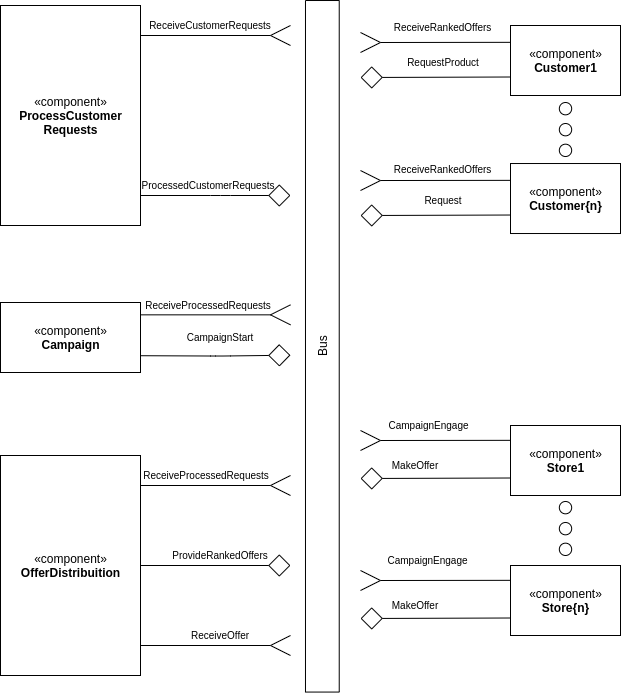
zepenna/equipe1-inf331 keeps this draw.io diagram as images/n2-components/DiagramaNivel1Ofertas.png. Above is the earlier version. Source tidied: cells renumbered, new cells last; positions are measured from the earlier drawing's top-left corner, leaving out a move shared by most shapes.
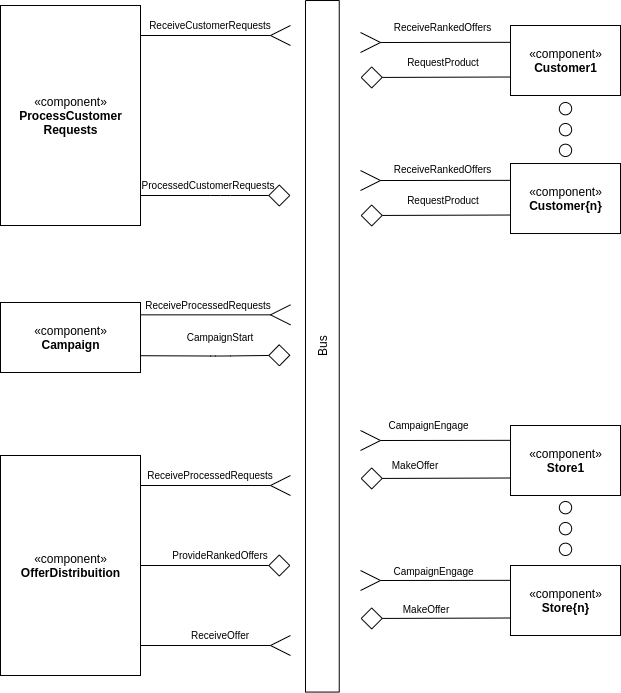
Above is the later version.

Commit message:
corrigindo imagem do diagrama do processo de compra

The edit, as a diff of the source:
```diff
@@ -71,7 +71,7 @@
       </mxGeometry>
     </mxCell>
     <mxCell id="16" value="MakeOffer" style="text;html=1;strokeColor=none;fillColor=none;align=center;verticalAlign=middle;whiteSpace=wrap;rounded=0;fontSize=10;" parent="1" vertex="1">
-      <mxGeometry x="404" y="590" width="70" height="20" as="geometry" />
+      <mxGeometry x="415" y="594" width="70" height="20" as="geometry" />
     </mxCell>
     <mxCell id="17" style="group;" parent="1" vertex="1">
       <mxGeometry x="384" y="565" width="150" height="20" as="geometry" />
@@ -100,77 +100,77 @@
         <mxPoint x="150" y="9.8" as="targetPoint" />
       </mxGeometry>
     </mxCell>
-    <mxCell id="22" value="CampaignEngage" style="text;html=1;strokeColor=none;fillColor=none;align=center;verticalAlign=middle;whiteSpace=wrap;rounded=0;fontSize=10;" parent="17" vertex="1">
-      <mxGeometry x="30" y="-20" width="75" height="20" as="geometry" />
+    <mxCell id="22" value="ReceiveCustomerRequests" style="text;html=1;strokeColor=none;fillColor=none;align=center;verticalAlign=middle;whiteSpace=wrap;rounded=0;fontSize=10;" parent="1" vertex="1">
+      <mxGeometry x="194" y="10" width="80" height="20" as="geometry" />
     </mxCell>
-    <mxCell id="23" value="ReceiveCustomerRequests" style="text;html=1;strokeColor=none;fillColor=none;align=center;verticalAlign=middle;whiteSpace=wrap;rounded=0;fontSize=10;" parent="1" vertex="1">
-      <mxGeometry x="194" y="10" width="80" height="20" as="geometry" />
+    <mxCell id="23" value="«component»&lt;br&gt;&lt;b&gt;Customer1&lt;/b&gt;" style="html=1;" parent="1" vertex="1">
+      <mxGeometry x="534" y="20" width="110" height="70" as="geometry" />
     </mxCell>
-    <mxCell id="24" value="«component»&lt;br&gt;&lt;b&gt;Customer1&lt;/b&gt;" style="html=1;" parent="1" vertex="1">
-      <mxGeometry x="534" y="20" width="110" height="70" as="geometry" />
+    <mxCell id="24" value="ReceiveRankedOffers" style="text;html=1;strokeColor=none;fillColor=none;align=center;verticalAlign=middle;whiteSpace=wrap;rounded=0;fontSize=10;" parent="1" vertex="1">
+      <mxGeometry x="429" y="12" width="75" height="20" as="geometry" />
     </mxCell>
-    <mxCell id="25" value="ReceiveRankedOffers" style="text;html=1;strokeColor=none;fillColor=none;align=center;verticalAlign=middle;whiteSpace=wrap;rounded=0;fontSize=10;" parent="1" vertex="1">
-      <mxGeometry x="429" y="12" width="75" height="20" as="geometry" />
+    <mxCell id="25" style="group;" parent="1" vertex="1">
+      <mxGeometry x="384" y="27" width="150" height="20" as="geometry" />
     </mxCell>
-    <mxCell id="26" style="group;" parent="1" vertex="1">
-      <mxGeometry x="384" y="27" width="150" height="20" as="geometry" />
+    <mxCell id="26" style="group;rotation=-270;" parent="25" vertex="1">
+      <mxGeometry width="20" height="20" as="geometry" />
     </mxCell>
-    <mxCell id="27" style="group;rotation=-270;" parent="26" vertex="1">
-      <mxGeometry width="20" height="20" as="geometry" />
+    <mxCell id="27" style="endArrow=none;html=1;endSize=20;" parent="26" edge="1">
+      <mxGeometry relative="1" as="geometry">
+        <mxPoint as="sourcePoint" />
+        <mxPoint x="20" y="10" as="targetPoint" />
+      </mxGeometry>
     </mxCell>
-    <mxCell id="28" style="endArrow=none;html=1;endSize=20;" parent="27" edge="1">
+    <mxCell id="28" style="endArrow=none;html=1;endSize=20;" parent="26" edge="1">
       <mxGeometry relative="1" as="geometry">
-        <mxPoint as="sourcePoint" />
-        <mxPoint x="20" y="10" as="targetPoint" />
+        <mxPoint x="20" y="10" as="sourcePoint" />
+        <mxPoint y="20" as="targetPoint" />
+        <Array as="points">
+          <mxPoint y="20" />
+        </Array>
       </mxGeometry>
     </mxCell>
-    <mxCell id="29" style="endArrow=none;html=1;endSize=20;" parent="27" edge="1">
-      <mxGeometry relative="1" as="geometry">
+    <mxCell id="29" style="endArrow=none;html=1;endSize=20;" parent="25" edge="1">
+      <mxGeometry x="25" y="-30.2" as="geometry">
         <mxPoint x="20" y="10" as="sourcePoint" />
-        <mxPoint y="20" as="targetPoint" />
-        <Array as="points">
-          <mxPoint y="20" />
-        </Array>
+        <mxPoint x="150" y="9.8" as="targetPoint" />
       </mxGeometry>
     </mxCell>
-    <mxCell id="30" style="endArrow=none;html=1;endSize=20;" parent="26" edge="1">
-      <mxGeometry x="25" y="-30.2" as="geometry">
-        <mxPoint x="20" y="10" as="sourcePoint" />
-        <mxPoint x="150" y="9.8" as="targetPoint" />
-      </mxGeometry>
+    <mxCell id="30" value="«component»&lt;br&gt;&lt;b&gt;OfferDistribuition&lt;/b&gt;" style="html=1;" parent="1" vertex="1">
+      <mxGeometry x="24" y="450" width="140" height="220" as="geometry" />
     </mxCell>
-    <mxCell id="31" value="«component»&lt;br&gt;&lt;b&gt;OfferDistribuition&lt;/b&gt;" style="html=1;" parent="1" vertex="1">
-      <mxGeometry x="24" y="450" width="140" height="220" as="geometry" />
+    <mxCell id="31" value="ProvideRankedOffers" style="text;html=1;strokeColor=none;fillColor=none;align=center;verticalAlign=middle;whiteSpace=wrap;rounded=0;fontSize=10;" parent="1" vertex="1">
+      <mxGeometry x="209" y="540" width="70" height="20" as="geometry" />
     </mxCell>
-    <mxCell id="32" value="ProvideRankedOffers" style="text;html=1;strokeColor=none;fillColor=none;align=center;verticalAlign=middle;whiteSpace=wrap;rounded=0;fontSize=10;" parent="1" vertex="1">
-      <mxGeometry x="209" y="540" width="70" height="20" as="geometry" />
+    <mxCell id="32" style="group;rotation=-180;" parent="1" vertex="1">
+      <mxGeometry x="164" y="470" width="150" height="20" as="geometry" />
     </mxCell>
-    <mxCell id="33" style="group;rotation=-180;" parent="1" vertex="1">
-      <mxGeometry x="164" y="470" width="150" height="20" as="geometry" />
+    <mxCell id="33" style="group;rotation=-450;" parent="32" vertex="1">
+      <mxGeometry x="130" width="20" height="20" as="geometry" />
     </mxCell>
-    <mxCell id="34" style="group;rotation=-450;" parent="33" vertex="1">
-      <mxGeometry x="130" width="20" height="20" as="geometry" />
+    <mxCell id="34" style="endArrow=none;html=1;endSize=20;" parent="33" edge="1">
+      <mxGeometry relative="1" as="geometry">
+        <mxPoint x="20" y="20" as="sourcePoint" />
+        <mxPoint y="10" as="targetPoint" />
+      </mxGeometry>
     </mxCell>
-    <mxCell id="35" style="endArrow=none;html=1;endSize=20;" parent="34" edge="1">
+    <mxCell id="35" style="endArrow=none;html=1;endSize=20;" parent="33" edge="1">
       <mxGeometry relative="1" as="geometry">
-        <mxPoint x="20" y="20" as="sourcePoint" />
-        <mxPoint y="10" as="targetPoint" />
+        <mxPoint y="10" as="sourcePoint" />
+        <mxPoint x="20" as="targetPoint" />
+        <Array as="points">
+          <mxPoint x="20" />
+        </Array>
       </mxGeometry>
     </mxCell>
-    <mxCell id="36" style="endArrow=none;html=1;endSize=20;" parent="34" edge="1">
-      <mxGeometry relative="1" as="geometry">
-        <mxPoint y="10" as="sourcePoint" />
-        <mxPoint x="20" as="targetPoint" />
-        <Array as="points">
-          <mxPoint x="20" />
-        </Array>
+    <mxCell id="36" style="endArrow=none;html=1;endSize=20;" parent="32" edge="1">
+      <mxGeometry x="75" as="geometry">
+        <mxPoint x="130" y="10" as="sourcePoint" />
+        <mxPoint y="10" as="targetPoint" />
       </mxGeometry>
     </mxCell>
-    <mxCell id="37" style="endArrow=none;html=1;endSize=20;" parent="33" edge="1">
-      <mxGeometry x="75" as="geometry">
-        <mxPoint x="130" y="10" as="sourcePoint" />
-        <mxPoint y="10" as="targetPoint" />
-      </mxGeometry>
+    <mxCell id="37" value="ReceiveProcessedRequests" style="text;html=1;strokeColor=none;fillColor=none;align=center;verticalAlign=middle;whiteSpace=wrap;rounded=0;fontSize=10;" parent="32" vertex="1">
+      <mxGeometry x="30" y="-10" width="80" height="20" as="geometry" />
     </mxCell>
     <mxCell id="38" style="endArrow=diamond;html=1;endFill=0;endSize=20;" parent="1" edge="1">
       <mxGeometry relative="1" as="geometry">
@@ -208,145 +208,145 @@
     <mxCell id="44" value="ReceiveOffer" style="text;html=1;strokeColor=none;fillColor=none;align=center;verticalAlign=middle;whiteSpace=wrap;rounded=0;fontSize=10;" parent="39" vertex="1">
       <mxGeometry x="30" y="-10" width="100" height="20" as="geometry" />
     </mxCell>
-    <mxCell id="45" value="ReceiveProcessedRequests" style="text;html=1;strokeColor=none;fillColor=none;align=center;verticalAlign=middle;whiteSpace=wrap;rounded=0;fontSize=10;" parent="1" vertex="1">
-      <mxGeometry x="190" y="460" width="80" height="20" as="geometry" />
+    <mxCell id="45" style="group;rotation=-450;" parent="1" vertex="1">
+      <mxGeometry x="294" y="299.3" width="20" height="20" as="geometry" />
     </mxCell>
-    <mxCell id="46" style="group;rotation=-450;" parent="1" vertex="1">
-      <mxGeometry x="294" y="299.3" width="20" height="20" as="geometry" />
+    <mxCell id="46" style="endArrow=none;html=1;endSize=20;" parent="45" edge="1">
+      <mxGeometry relative="1" as="geometry">
+        <mxPoint x="20" y="20" as="sourcePoint" />
+        <mxPoint y="10" as="targetPoint" />
+      </mxGeometry>
     </mxCell>
-    <mxCell id="47" style="endArrow=none;html=1;endSize=20;" parent="46" edge="1">
+    <mxCell id="47" style="endArrow=none;html=1;endSize=20;" parent="45" edge="1">
       <mxGeometry relative="1" as="geometry">
-        <mxPoint x="20" y="20" as="sourcePoint" />
-        <mxPoint y="10" as="targetPoint" />
+        <mxPoint y="10" as="sourcePoint" />
+        <mxPoint x="20" as="targetPoint" />
+        <Array as="points">
+          <mxPoint x="20" />
+        </Array>
       </mxGeometry>
     </mxCell>
-    <mxCell id="48" style="endArrow=none;html=1;endSize=20;" parent="46" edge="1">
-      <mxGeometry relative="1" as="geometry">
-        <mxPoint y="10" as="sourcePoint" />
-        <mxPoint x="20" as="targetPoint" />
-        <Array as="points">
-          <mxPoint x="20" />
-        </Array>
+    <mxCell id="48" style="endArrow=none;html=1;endSize=20;" parent="1" edge="1">
+      <mxGeometry x="75" y="119.3" as="geometry">
+        <mxPoint x="294" y="309.3" as="sourcePoint" />
+        <mxPoint x="164" y="309.3" as="targetPoint" />
       </mxGeometry>
     </mxCell>
-    <mxCell id="49" style="endArrow=none;html=1;endSize=20;" parent="1" edge="1">
-      <mxGeometry x="75" y="119.3" as="geometry">
-        <mxPoint x="294" y="309.3" as="sourcePoint" />
-        <mxPoint x="164" y="309.3" as="targetPoint" />
-      </mxGeometry>
+    <mxCell id="49" value="«component»&lt;br&gt;&lt;b&gt;Store1&lt;/b&gt;" style="html=1;" parent="1" vertex="1">
+      <mxGeometry x="534" y="420" width="110" height="70" as="geometry" />
     </mxCell>
-    <mxCell id="50" value="«component»&lt;br&gt;&lt;b&gt;Store1&lt;/b&gt;" style="html=1;" parent="1" vertex="1">
-      <mxGeometry x="534" y="420" width="110" height="70" as="geometry" />
+    <mxCell id="50" style="endArrow=diamond;html=1;endFill=0;endSize=20;exitX=0;exitY=0.75;exitDx=0;exitDy=0;" parent="1" edge="1" source="49">
+      <mxGeometry relative="1" as="geometry">
+        <mxPoint x="384" y="473" as="targetPoint" />
+      </mxGeometry>
     </mxCell>
-    <mxCell id="51" style="endArrow=diamond;html=1;endFill=0;endSize=20;exitX=0;exitY=0.75;exitDx=0;exitDy=0;" parent="1" edge="1" source="50">
-      <mxGeometry relative="1" as="geometry">
-        <mxPoint x="384" y="473" as="targetPoint" />
-      </mxGeometry>
+    <mxCell id="51" value="MakeOffer" style="text;html=1;strokeColor=none;fillColor=none;align=center;verticalAlign=middle;whiteSpace=wrap;rounded=0;fontSize=10;" parent="1" vertex="1">
+      <mxGeometry x="404" y="450" width="70" height="20" as="geometry" />
     </mxCell>
-    <mxCell id="52" value="MakeOffer" style="text;html=1;strokeColor=none;fillColor=none;align=center;verticalAlign=middle;whiteSpace=wrap;rounded=0;fontSize=10;" parent="1" vertex="1">
-      <mxGeometry x="404" y="450" width="70" height="20" as="geometry" />
+    <mxCell id="52" value="CampaignEngage" style="text;html=1;strokeColor=none;fillColor=none;align=center;verticalAlign=middle;whiteSpace=wrap;rounded=0;fontSize=10;" parent="1" vertex="1">
+      <mxGeometry x="415" y="410" width="75" height="20" as="geometry" />
     </mxCell>
-    <mxCell id="53" value="CampaignEngage" style="text;html=1;strokeColor=none;fillColor=none;align=center;verticalAlign=middle;whiteSpace=wrap;rounded=0;fontSize=10;" parent="1" vertex="1">
-      <mxGeometry x="415" y="410" width="75" height="20" as="geometry" />
+    <mxCell id="53" style="group;" parent="1" vertex="1">
+      <mxGeometry x="384" y="425" width="150" height="20" as="geometry" />
     </mxCell>
-    <mxCell id="54" style="group;" parent="1" vertex="1">
-      <mxGeometry x="384" y="425" width="150" height="20" as="geometry" />
+    <mxCell id="54" style="group;rotation=-270;" parent="53" vertex="1">
+      <mxGeometry width="20" height="20" as="geometry" />
     </mxCell>
-    <mxCell id="55" style="group;rotation=-270;" parent="54" vertex="1">
-      <mxGeometry width="20" height="20" as="geometry" />
+    <mxCell id="55" style="endArrow=none;html=1;endSize=20;" parent="54" edge="1">
+      <mxGeometry relative="1" as="geometry">
+        <mxPoint as="sourcePoint" />
+        <mxPoint x="20" y="10" as="targetPoint" />
+      </mxGeometry>
     </mxCell>
-    <mxCell id="56" style="endArrow=none;html=1;endSize=20;" parent="55" edge="1">
+    <mxCell id="56" style="endArrow=none;html=1;endSize=20;" parent="54" edge="1">
       <mxGeometry relative="1" as="geometry">
-        <mxPoint as="sourcePoint" />
-        <mxPoint x="20" y="10" as="targetPoint" />
+        <mxPoint x="20" y="10" as="sourcePoint" />
+        <mxPoint y="20" as="targetPoint" />
+        <Array as="points">
+          <mxPoint y="20" />
+        </Array>
       </mxGeometry>
     </mxCell>
-    <mxCell id="57" style="endArrow=none;html=1;endSize=20;" parent="55" edge="1">
-      <mxGeometry relative="1" as="geometry">
+    <mxCell id="57" style="endArrow=none;html=1;endSize=20;" parent="53" edge="1">
+      <mxGeometry x="25" y="-30.2" as="geometry">
         <mxPoint x="20" y="10" as="sourcePoint" />
-        <mxPoint y="20" as="targetPoint" />
-        <Array as="points">
-          <mxPoint y="20" />
-        </Array>
+        <mxPoint x="150" y="9.8" as="targetPoint" />
       </mxGeometry>
     </mxCell>
-    <mxCell id="58" style="endArrow=none;html=1;endSize=20;" parent="54" edge="1">
-      <mxGeometry x="25" y="-30.2" as="geometry">
-        <mxPoint x="20" y="10" as="sourcePoint" />
-        <mxPoint x="150" y="9.8" as="targetPoint" />
-      </mxGeometry>
+    <mxCell id="58" style="ellipse;whiteSpace=wrap;html=1;" parent="1" vertex="1">
+      <mxGeometry x="582.8" y="496" width="12.3" height="12.3" as="geometry" />
     </mxCell>
     <mxCell id="59" style="ellipse;whiteSpace=wrap;html=1;" parent="1" vertex="1">
-      <mxGeometry x="582.8" y="496" width="12.3" height="12.3" as="geometry" />
+      <mxGeometry x="582.8" y="517" width="12.3" height="12.3" as="geometry" />
     </mxCell>
     <mxCell id="60" style="ellipse;whiteSpace=wrap;html=1;" parent="1" vertex="1">
-      <mxGeometry x="582.8" y="517" width="12.3" height="12.3" as="geometry" />
+      <mxGeometry x="582.8" y="537.7" width="12.3" height="12.3" as="geometry" />
     </mxCell>
-    <mxCell id="61" style="ellipse;whiteSpace=wrap;html=1;" parent="1" vertex="1">
-      <mxGeometry x="582.8" y="537.7" width="12.3" height="12.3" as="geometry" />
+    <mxCell id="61" style="endArrow=diamond;html=1;endFill=0;endSize=20;exitX=0;exitY=0.75;exitDx=0;exitDy=0;" parent="1" edge="1">
+      <mxGeometry relative="1" as="geometry">
+        <mxPoint x="534" y="71.5" as="sourcePoint" />
+        <mxPoint x="384" y="72" as="targetPoint" />
+      </mxGeometry>
     </mxCell>
-    <mxCell id="62" style="endArrow=diamond;html=1;endFill=0;endSize=20;exitX=0;exitY=0.75;exitDx=0;exitDy=0;" parent="1" edge="1">
-      <mxGeometry relative="1" as="geometry">
-        <mxPoint x="534" y="71.5" as="sourcePoint" />
-        <mxPoint x="384" y="72" as="targetPoint" />
-      </mxGeometry>
+    <mxCell id="62" value="RequestProduct" style="text;html=1;strokeColor=none;fillColor=none;align=center;verticalAlign=middle;whiteSpace=wrap;rounded=0;fontSize=10;" parent="1" vertex="1">
+      <mxGeometry x="431.5" y="47" width="70" height="20" as="geometry" />
     </mxCell>
-    <mxCell id="63" value="RequestProduct" style="text;html=1;strokeColor=none;fillColor=none;align=center;verticalAlign=middle;whiteSpace=wrap;rounded=0;fontSize=10;" parent="1" vertex="1">
-      <mxGeometry x="431.5" y="47" width="70" height="20" as="geometry" />
+    <mxCell id="63" value="ReceiveProcessedRequests" style="text;html=1;strokeColor=none;fillColor=none;align=center;verticalAlign=middle;whiteSpace=wrap;rounded=0;fontSize=10;" parent="1" vertex="1">
+      <mxGeometry x="197" y="290" width="70" height="20" as="geometry" />
     </mxCell>
-    <mxCell id="64" value="ReceiveProcessedRequests" style="text;html=1;strokeColor=none;fillColor=none;align=center;verticalAlign=middle;whiteSpace=wrap;rounded=0;fontSize=10;" parent="1" vertex="1">
-      <mxGeometry x="197" y="290" width="70" height="20" as="geometry" />
+    <mxCell id="64" style="ellipse;whiteSpace=wrap;html=1;" parent="1" vertex="1">
+      <mxGeometry x="582.8" y="97" width="12.3" height="12.3" as="geometry" />
     </mxCell>
     <mxCell id="65" style="ellipse;whiteSpace=wrap;html=1;" parent="1" vertex="1">
-      <mxGeometry x="582.8" y="97" width="12.3" height="12.3" as="geometry" />
+      <mxGeometry x="582.8" y="118" width="12.3" height="12.3" as="geometry" />
     </mxCell>
     <mxCell id="66" style="ellipse;whiteSpace=wrap;html=1;" parent="1" vertex="1">
-      <mxGeometry x="582.8" y="118" width="12.3" height="12.3" as="geometry" />
+      <mxGeometry x="582.8" y="138.7" width="12.3" height="12.3" as="geometry" />
     </mxCell>
-    <mxCell id="67" style="ellipse;whiteSpace=wrap;html=1;" parent="1" vertex="1">
-      <mxGeometry x="582.8" y="138.7" width="12.3" height="12.3" as="geometry" />
+    <mxCell id="67" value="«component»&lt;br&gt;&lt;b&gt;Customer{n}&lt;/b&gt;" style="html=1;" parent="1" vertex="1">
+      <mxGeometry x="534" y="158" width="110" height="70" as="geometry" />
     </mxCell>
-    <mxCell id="68" value="«component»&lt;br&gt;&lt;b&gt;Customer{n}&lt;/b&gt;" style="html=1;" parent="1" vertex="1">
-      <mxGeometry x="534" y="158" width="110" height="70" as="geometry" />
+    <mxCell id="68" value="ReceiveRankedOffers" style="text;html=1;strokeColor=none;fillColor=none;align=center;verticalAlign=middle;whiteSpace=wrap;rounded=0;fontSize=10;" parent="1" vertex="1">
+      <mxGeometry x="429" y="154" width="75" height="20" as="geometry" />
     </mxCell>
-    <mxCell id="69" value="ReceiveRankedOffers" style="text;html=1;strokeColor=none;fillColor=none;align=center;verticalAlign=middle;whiteSpace=wrap;rounded=0;fontSize=10;" parent="1" vertex="1">
-      <mxGeometry x="429" y="154" width="75" height="20" as="geometry" />
+    <mxCell id="69" style="group;" parent="1" vertex="1">
+      <mxGeometry x="384" y="165" width="150" height="20" as="geometry" />
     </mxCell>
-    <mxCell id="70" style="group;" parent="1" vertex="1">
-      <mxGeometry x="384" y="165" width="150" height="20" as="geometry" />
+    <mxCell id="70" style="group;rotation=-270;" parent="69" vertex="1">
+      <mxGeometry width="20" height="20" as="geometry" />
     </mxCell>
-    <mxCell id="71" style="group;rotation=-270;" parent="70" vertex="1">
-      <mxGeometry width="20" height="20" as="geometry" />
+    <mxCell id="71" style="endArrow=none;html=1;endSize=20;" parent="70" edge="1">
+      <mxGeometry relative="1" as="geometry">
+        <mxPoint as="sourcePoint" />
+        <mxPoint x="20" y="10" as="targetPoint" />
+      </mxGeometry>
     </mxCell>
-    <mxCell id="72" style="endArrow=none;html=1;endSize=20;" parent="71" edge="1">
+    <mxCell id="72" style="endArrow=none;html=1;endSize=20;" parent="70" edge="1">
       <mxGeometry relative="1" as="geometry">
-        <mxPoint as="sourcePoint" />
-        <mxPoint x="20" y="10" as="targetPoint" />
+        <mxPoint x="20" y="10" as="sourcePoint" />
+        <mxPoint y="20" as="targetPoint" />
+        <Array as="points">
+          <mxPoint y="20" />
+        </Array>
       </mxGeometry>
     </mxCell>
-    <mxCell id="73" style="endArrow=none;html=1;endSize=20;" parent="71" edge="1">
-      <mxGeometry relative="1" as="geometry">
+    <mxCell id="73" style="endArrow=none;html=1;endSize=20;" parent="69" edge="1">
+      <mxGeometry x="25" y="-30.2" as="geometry">
         <mxPoint x="20" y="10" as="sourcePoint" />
-        <mxPoint y="20" as="targetPoint" />
-        <Array as="points">
-          <mxPoint y="20" />
-        </Array>
+        <mxPoint x="150" y="9.8" as="targetPoint" />
       </mxGeometry>
     </mxCell>
-    <mxCell id="74" style="endArrow=none;html=1;endSize=20;" parent="70" edge="1">
-      <mxGeometry x="25" y="-30.2" as="geometry">
-        <mxPoint x="20" y="10" as="sourcePoint" />
-        <mxPoint x="150" y="9.8" as="targetPoint" />
+    <mxCell id="74" style="endArrow=diamond;html=1;endFill=0;endSize=20;exitX=0;exitY=0.75;exitDx=0;exitDy=0;" parent="1" edge="1">
+      <mxGeometry relative="1" as="geometry">
+        <mxPoint x="534" y="209.5" as="sourcePoint" />
+        <mxPoint x="384" y="210" as="targetPoint" />
       </mxGeometry>
     </mxCell>
-    <mxCell id="75" style="endArrow=diamond;html=1;endFill=0;endSize=20;exitX=0;exitY=0.75;exitDx=0;exitDy=0;" parent="1" edge="1">
-      <mxGeometry relative="1" as="geometry">
-        <mxPoint x="534" y="209.5" as="sourcePoint" />
-        <mxPoint x="384" y="210" as="targetPoint" />
-      </mxGeometry>
+    <mxCell id="75" value="RequestProduct" style="text;html=1;strokeColor=none;fillColor=none;align=center;verticalAlign=middle;whiteSpace=wrap;rounded=0;fontSize=10;" parent="1" vertex="1">
+      <mxGeometry x="431.5" y="185" width="70" height="20" as="geometry" />
     </mxCell>
-    <mxCell id="76" value="Request" style="text;html=1;strokeColor=none;fillColor=none;align=center;verticalAlign=middle;whiteSpace=wrap;rounded=0;fontSize=10;" parent="1" vertex="1">
-      <mxGeometry x="431.5" y="185" width="70" height="20" as="geometry" />
+    <mxCell id="76" value="CampaignEngage" style="text;html=1;strokeColor=none;fillColor=none;align=center;verticalAlign=middle;whiteSpace=wrap;rounded=0;fontSize=10;" parent="1" vertex="1">
+      <mxGeometry x="419.5" y="556" width="75" height="20" as="geometry" />
     </mxCell>
   </root>
 </mxGraphModel>
```
